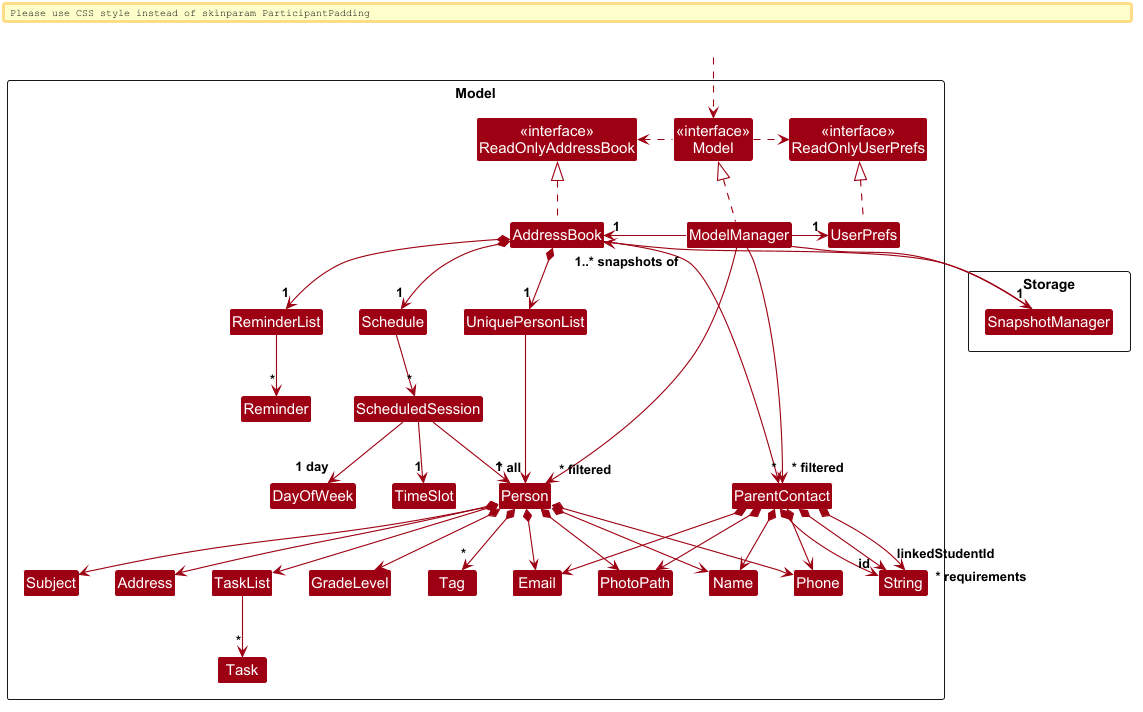
Earlier version of the PlantUML export docs/images/ModelClassDiagram.png (AY2627S1-CS2103T-F09-4/tp). Its diagram source:
```plantuml
@startuml
!include style.puml
skinparam arrowThickness 1.1
skinparam arrowColor MODEL_COLOR
skinparam classBackgroundColor MODEL_COLOR

Package Model as ModelPackage <<Rectangle>>{
Class "<<interface>>\nReadOnlyAddressBook" as ReadOnlyAddressBook
Class "<<interface>>\nReadOnlyUserPrefs" as ReadOnlyUserPrefs
Class "<<interface>>\nModel" as Model
Class AddressBook
Class ModelManager
Class UserPrefs

Class UniquePersonList
Class Person
Class Address
Class Email
Class Name
Class Phone
Class Tag
Class GradeLevel
Class PhotoPath
Class Subject
Class TaskList
Class Task
Class String

Class ParentContact
Class Reminder
Class ReminderList
Class Schedule
Class ScheduledSession
Class TimeSlot

Class DayOfWeek

Class I #FFFFFF
}

Package Storage as StoragePackage <<Rectangle>>{
 Class SnapshotManager
 }

Class HiddenOutside #FFFFFF
HiddenOutside ..> Model

AddressBook .up.|> ReadOnlyAddressBook

ModelManager .up.|> Model
Model .right.> ReadOnlyUserPrefs
Model .left.> ReadOnlyAddressBook
ModelManager -left-> "1" AddressBook
ModelManager -right-> "1" UserPrefs
UserPrefs .up.|> ReadOnlyUserPrefs

AddressBook *--> "1" UniquePersonList
AddressBook --> "~*" ParentContact
AddressBook *--> "1" Schedule
AddressBook *--> "1" ReminderList
UniquePersonList --> "~* all" Person
Person *--> Name
Person *--> Phone
Person *--> Email
Person *--> Address
Person *--> "*" Tag
Person *--> Subject
Person *--> GradeLevel
Person *--> PhotoPath
Person *--> TaskList

TaskList --> "*" Task

ParentContact *--> Name
ParentContact *--> Phone
ParentContact *--> Email
ParentContact *--> PhotoPath
ParentContact *--> "id" String
ParentContact *--> "linkedStudentId" String
ParentContact *--> "~* requirements" String

Person -[hidden]up--> I
UniquePersonList -[hidden]right-> I

Name -[hidden]right-> Phone
Phone -[hidden]right-> Address
Address -[hidden]right-> Email

ModelManager --> "~* filtered" Person
ModelManager --> "~* filtered" ParentContact

ModelManager --> "1" SnapshotManager
SnapshotManager --> "1..* snapshots of" AddressBook

Schedule --> "*" ScheduledSession

ScheduledSession --> "1" Person
ScheduledSession --> "1" TimeSlot
ScheduledSession --> "1 day" DayOfWeek

ReminderList --> "*" Reminder
@enduml
```
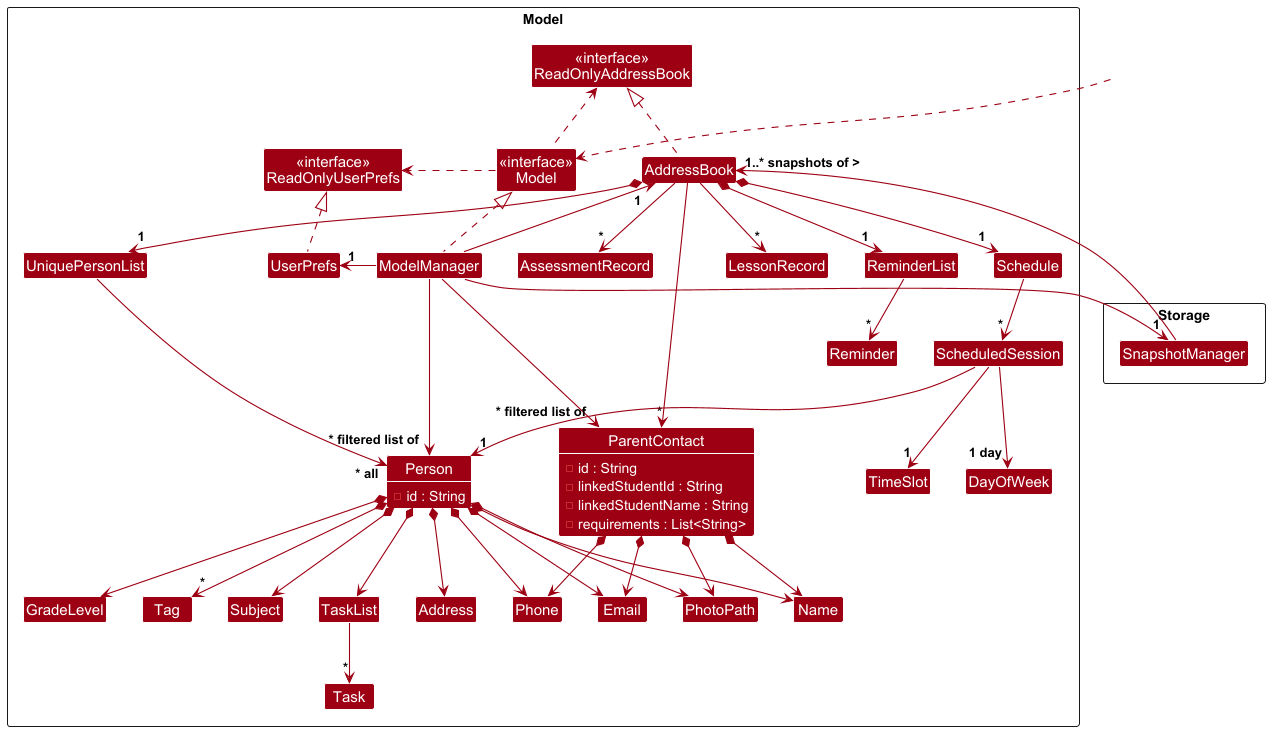
The same file after the commit.

The edit, as a diff of the source:
```diff
@@ -9,11 +9,18 @@
 Class "<<interface>>\nReadOnlyUserPrefs" as ReadOnlyUserPrefs
 Class "<<interface>>\nModel" as Model
 Class AddressBook
+
+Class UserPrefs
+together {
+Class AssessmentRecord
 Class ModelManager
-Class UserPrefs
+}
+Class LessonRecord
 
 Class UniquePersonList
-Class Person
+Class Person {
+    - id : String
+}
 Class Address
 Class Email
 Class Name
@@ -24,9 +31,13 @@
 Class Subject
 Class TaskList
 Class Task
-Class String
 
-Class ParentContact
+Class ParentContact {
+    - id : String
+    - linkedStudentId : String
+    - linkedStudentName : String
+    - requirements : List<String>
+}
 Class Reminder
 Class ReminderList
 Class Schedule
@@ -43,6 +54,7 @@
  }
 
 Class HiddenOutside #FFFFFF
+skinparam classAttributeFontColor #FFFFFF
 HiddenOutside ..> Model
 
 AddressBook .up.|> ReadOnlyAddressBook
@@ -58,6 +70,8 @@
 AddressBook --> "~*" ParentContact
 AddressBook *--> "1" Schedule
 AddressBook *--> "1" ReminderList
+AddressBook --> "*" LessonRecord
+AddressBook --> "*" AssessmentRecord
 UniquePersonList --> "~* all" Person
 Person *--> Name
 Person *--> Phone
@@ -75,9 +89,6 @@
 ParentContact *--> Phone
 ParentContact *--> Email
 ParentContact *--> PhotoPath
-ParentContact *--> "id" String
-ParentContact *--> "linkedStudentId" String
-ParentContact *--> "~* requirements" String
 
 Person -[hidden]up--> I
 UniquePersonList -[hidden]right-> I
@@ -86,11 +97,11 @@
 Phone -[hidden]right-> Address
 Address -[hidden]right-> Email
 
-ModelManager --> "~* filtered" Person
-ModelManager --> "~* filtered" ParentContact
+ModelManager --> "~* filtered list of" Person
+ModelManager --> "~* filtered list of" ParentContact
 
 ModelManager --> "1" SnapshotManager
-SnapshotManager --> "1..* snapshots of" AddressBook
+SnapshotManager --> "1..* snapshots of >" AddressBook
 
 Schedule --> "*" ScheduledSession
 
@@ -99,4 +110,7 @@
 ScheduledSession --> "1 day" DayOfWeek
 
 ReminderList --> "*" Reminder
+
+show ParentContact fields
+show Person fields
 @enduml
```
